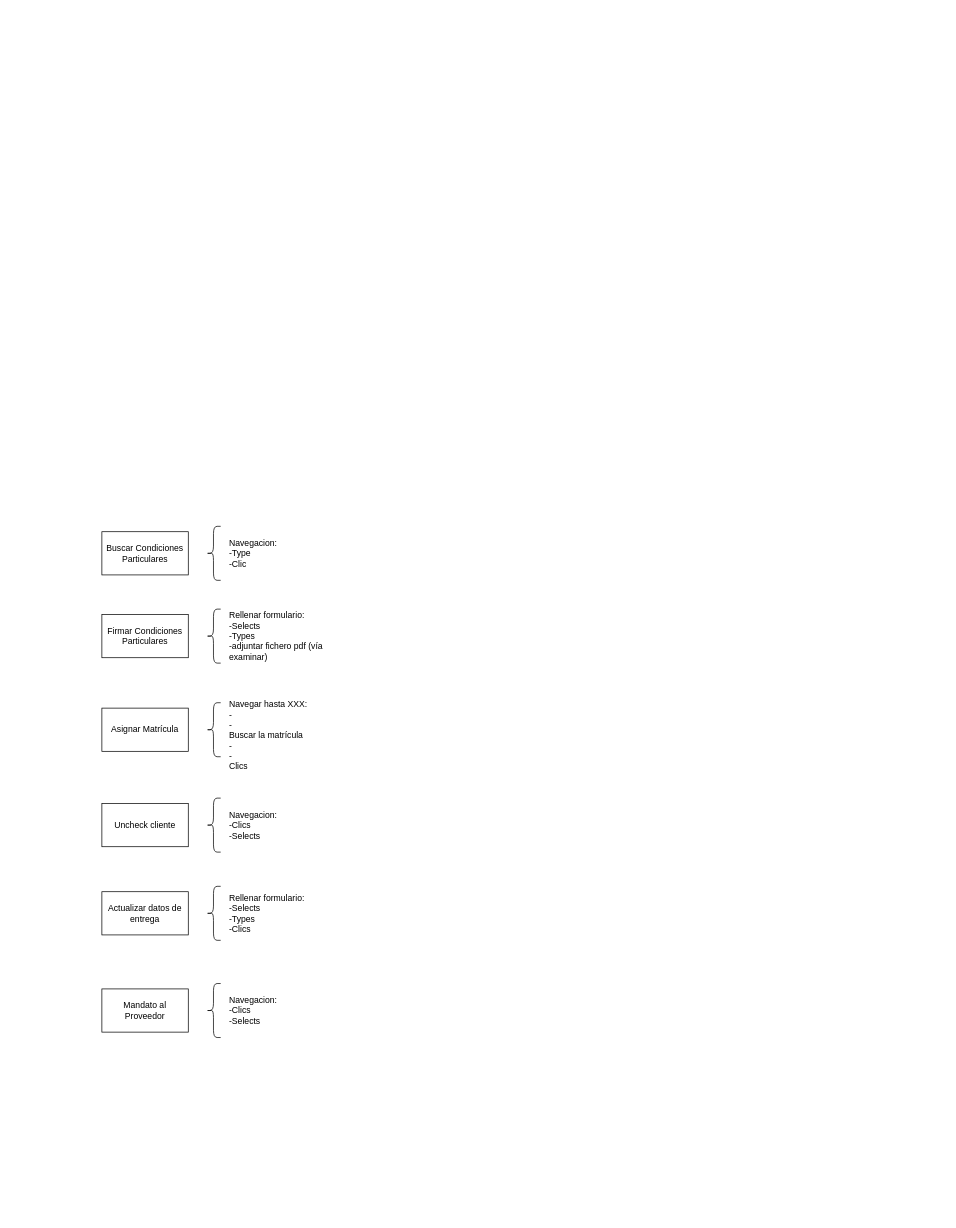
This is Procesos/Untitled Diagram.drawio from ixsanti/DrawIO_Schemas, a draw.io file, before an edit. Source tidied: cells renumbered, new cells numbered last; positions are measured from the earlier drawing's top-left corner, leaving out a move shared by most shapes. Both pictures are drawn from the tidied source at 72%, with x=0, y=0 at pixel (102, 526).
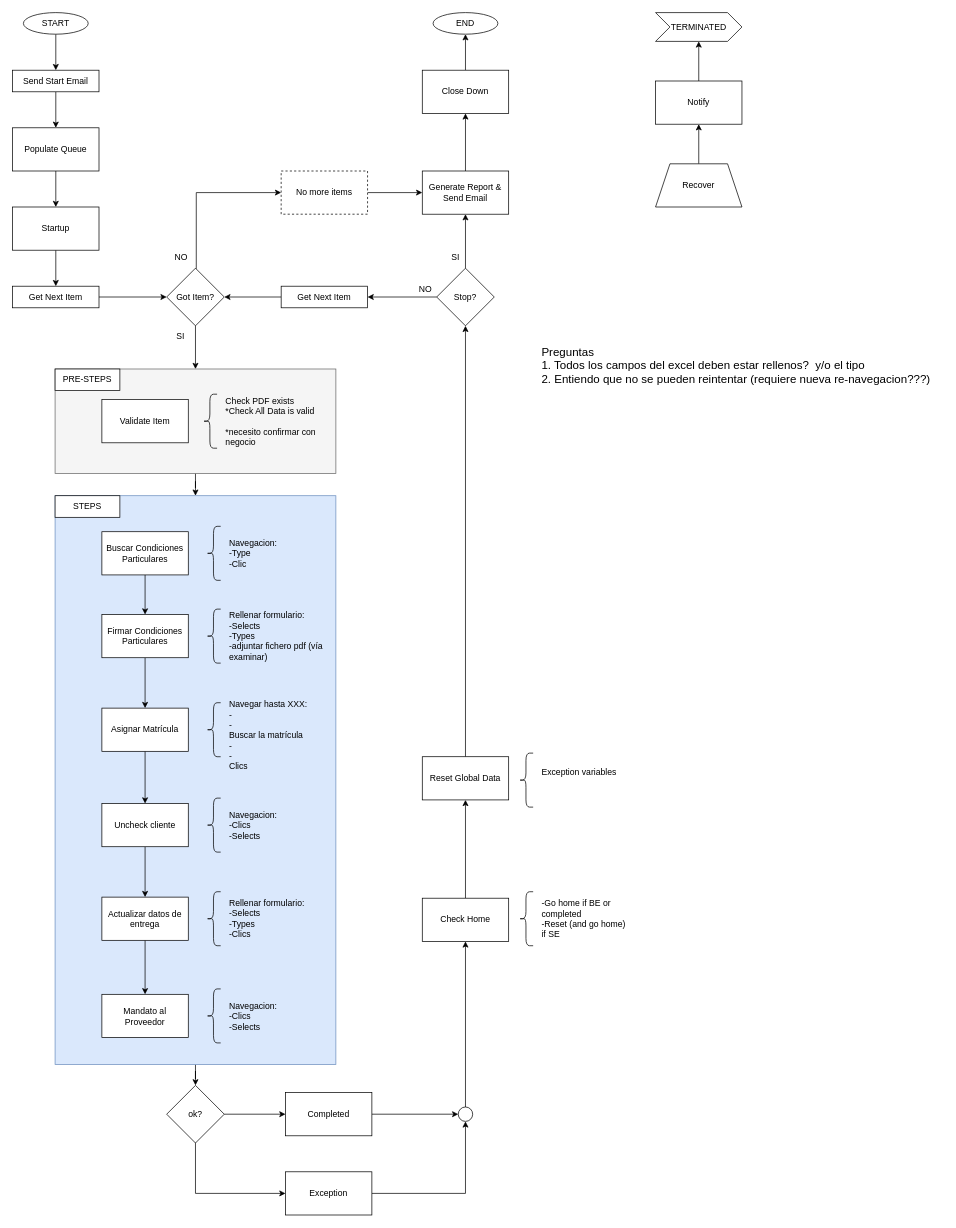
Above is the later version.

Unchanged cells that the change refers to:
```xml
<mxCell id="2" value="Firmar Condiciones Particulares" style="rounded=0;whiteSpace=wrap;html=1;" parent="1" vertex="1">
  <mxGeometry y="123" width="120" height="60" as="geometry" />
</mxCell>
<mxCell id="4" value="Asignar Matrícula" style="rounded=0;whiteSpace=wrap;html=1;" parent="1" vertex="1">
  <mxGeometry y="253" width="120" height="60" as="geometry" />
</mxCell>
<mxCell id="6" value="Uncheck cliente" style="rounded=0;whiteSpace=wrap;html=1;" parent="1" vertex="1">
  <mxGeometry y="385.5" width="120" height="60" as="geometry" />
</mxCell>
<mxCell id="17" value="Buscar Condiciones Particulares" style="rounded=0;whiteSpace=wrap;html=1;" parent="1" vertex="1">
  <mxGeometry y="8" width="120" height="60" as="geometry" />
</mxCell>
```

What changed in the source:
```diff
@@
+    <mxCell id="20" style="edgeStyle=orthogonalEdgeStyle;rounded=0;jettySize=auto;html=1;fontSize=12;" parent="1" edge="1" source="21" target="23">
+      <mxGeometry relative="1" as="geometry" />
+    </mxCell>
+    <mxCell id="21" style="rounded=0;whiteSpace=wrap;html=1;fontSize=12;fillColor=#f5f5f5;strokeColor=#666666;fontColor=#333333;" parent="1" vertex="1">
+      <mxGeometry x="-65" y="-218" width="390" height="145" as="geometry" />
+    </mxCell>
+    <mxCell id="22" style="edgeStyle=orthogonalEdgeStyle;rounded=0;jettySize=auto;html=1;fontSize=12;" parent="1" edge="1" source="23" target="56">
+      <mxGeometry relative="1" as="geometry" />
+    </mxCell>
+    <mxCell id="23" style="rounded=0;whiteSpace=wrap;html=1;fontSize=12;fillColor=#dae8fc;strokeColor=#6c8ebf;" parent="1" vertex="1">
+      <mxGeometry x="-65" y="-42" width="390" height="790" as="geometry" />
+    </mxCell>
+    <mxCell id="24" style="edgeStyle=orthogonalEdgeStyle;rounded=0;jettySize=auto;html=1;fontSize=12;" parent="1" edge="1" source="2" target="4">
+      <mxGeometry relative="1" as="geometry" />
+    </mxCell>
@@
+    <mxCell id="25" style="edgeStyle=orthogonalEdgeStyle;rounded=0;jettySize=auto;html=1;fontSize=12;" parent="1" edge="1" source="4" target="6">
+      <mxGeometry relative="1" as="geometry" />
+    </mxCell>
@@
+    <mxCell id="26" style="edgeStyle=orthogonalEdgeStyle;rounded=0;jettySize=auto;html=1;fontSize=12;" parent="1" edge="1" source="6" target="7">
+      <mxGeometry relative="1" as="geometry" />
+    </mxCell>
@@
+    <mxCell id="27" style="edgeStyle=orthogonalEdgeStyle;rounded=0;jettySize=auto;html=1;fontSize=12;" parent="1" edge="1" source="7" target="10">
+      <mxGeometry relative="1" as="geometry" />
+    </mxCell>
     <mxCell id="7" value="Actualizar datos de entrega" style="rounded=0;whiteSpace=wrap;html=1;" parent="1" vertex="1">
-      <mxGeometry y="508" width="120" height="60" as="geometry" />
+      <mxGeometry y="515.5" width="120" height="60" as="geometry" />
     </mxCell>
@@
     <mxCell id="9" value="Rellenar formulario:&lt;br&gt;-Selects&lt;br&gt;-Types&lt;br&gt;-Clics" style="text;html=1;strokeColor=none;fillColor=none;align=left;verticalAlign=middle;whiteSpace=wrap;rounded=0;" parent="1" vertex="1">
-      <mxGeometry x="175" y="501.8" width="120" height="72.5" as="geometry" />
+      <mxGeometry x="175" y="509.2" width="120" height="72.5" as="geometry" />
     </mxCell>
     <mxCell id="10" value="Mandato al Proveedor" style="rounded=0;whiteSpace=wrap;html=1;" parent="1" vertex="1">
-      <mxGeometry y="643" width="120" height="60" as="geometry" />
+      <mxGeometry y="650.5" width="120" height="60" as="geometry" />
     </mxCell>
     <mxCell id="11" value="Navegacion:&lt;br&gt;-Clics&lt;br&gt;-Selects" style="text;html=1;strokeColor=none;fillColor=none;align=left;verticalAlign=middle;whiteSpace=wrap;rounded=0;" parent="1" vertex="1">
-      <mxGeometry x="175" y="643" width="90" height="60" as="geometry" />
+      <mxGeometry x="175" y="650.5" width="90" height="60" as="geometry" />
     </mxCell>
@@
     <mxCell id="15" style="shape=curlyBracket;whiteSpace=wrap;html=1;rounded=1;fontSize=12;size=0.5;" parent="1" vertex="1">
-      <mxGeometry x="145" y="500.5" width="20" height="75" as="geometry" />
+      <mxGeometry x="145" y="508" width="20" height="75" as="geometry" />
     </mxCell>
     <mxCell id="16" style="shape=curlyBracket;whiteSpace=wrap;html=1;rounded=1;fontSize=12;size=0.5;" parent="1" vertex="1">
-      <mxGeometry x="145" y="635.5" width="20" height="75" as="geometry" />
+      <mxGeometry x="145" y="643" width="20" height="75" as="geometry" />
     </mxCell>
+    <mxCell id="28" style="edgeStyle=orthogonalEdgeStyle;rounded=0;jettySize=auto;html=1;fontSize=12;" parent="1" edge="1" source="17" target="2">
+      <mxGeometry relative="1" as="geometry" />
+    </mxCell>
@@
+    <mxCell id="29" value="Preguntas&lt;br style=&quot;font-size: 16px;&quot;&gt;1. Todos los campos del excel deben estar rellenos?&amp;nbsp; y/o el tipo&lt;br style=&quot;font-size: 16px;&quot;&gt;2. Entiendo que no se pueden reintentar (requiere nueva re-navegacion???)" style="text;html=1;align=left;verticalAlign=middle;strokeColor=none;fillColor=none;fontSize=16;" parent="1" vertex="1">
+      <mxGeometry x="609" y="-258" width="560" height="70" as="geometry" />
+    </mxCell>
+    <mxCell id="30" value="STEPS" style="rounded=0;whiteSpace=wrap;html=1;fontSize=12;" parent="1" vertex="1">
+      <mxGeometry x="-65" y="-42" width="90" height="30" as="geometry" />
+    </mxCell>
+    <mxCell id="31" style="edgeStyle=orthogonalEdgeStyle;rounded=0;jettySize=auto;html=1;fontSize=12;" parent="1" edge="1" source="32" target="34">
+      <mxGeometry relative="1" as="geometry" />
+    </mxCell>
+    <mxCell id="32" value="Populate Queue" style="rounded=0;whiteSpace=wrap;html=1;fontSize=12;" parent="1" vertex="1">
+      <mxGeometry x="-124" y="-553" width="120" height="60" as="geometry" />
+    </mxCell>
+    <mxCell id="33" style="edgeStyle=orthogonalEdgeStyle;rounded=0;jettySize=auto;html=1;fontSize=12;" parent="1" edge="1" source="34" target="42">
+      <mxGeometry relative="1" as="geometry" />
+    </mxCell>
+    <mxCell id="34" value="Startup" style="rounded=0;whiteSpace=wrap;html=1;fontSize=12;" parent="1" vertex="1">
+      <mxGeometry x="-124" y="-443" width="120" height="60" as="geometry" />
+    </mxCell>
+    <mxCell id="35" style="edgeStyle=orthogonalEdgeStyle;rounded=0;jettySize=auto;html=1;fontSize=12;entryX=0.5;entryY=0;entryDx=0;entryDy=0;" parent="1" edge="1" source="36" target="32">
+      <mxGeometry relative="1" as="geometry" />
+    </mxCell>
+    <mxCell id="36" value="Send Start Email" style="rounded=0;whiteSpace=wrap;html=1;fontSize=12;" parent="1" vertex="1">
+      <mxGeometry x="-124" y="-633" width="120" height="30" as="geometry" />
+    </mxCell>
+    <mxCell id="37" value="Validate Item" style="rounded=0;whiteSpace=wrap;html=1;fontSize=12;" parent="1" vertex="1">
+      <mxGeometry y="-175.5" width="120" height="60" as="geometry" />
+    </mxCell>
+    <mxCell id="38" value="Check PDF exists&lt;br&gt;*Check All Data is valid&lt;br&gt;&lt;br&gt;*necesito confirmar con negocio" style="text;html=1;strokeColor=none;fillColor=none;align=left;verticalAlign=middle;whiteSpace=wrap;rounded=0;" parent="1" vertex="1">
+      <mxGeometry x="170" y="-178" width="130" height="65" as="geometry" />
+    </mxCell>
+    <mxCell id="39" style="shape=curlyBracket;whiteSpace=wrap;html=1;rounded=1;fontSize=12;size=0.5;" parent="1" vertex="1">
+      <mxGeometry x="140" y="-183" width="20" height="75" as="geometry" />
+    </mxCell>
+    <mxCell id="40" value="PRE-STEPS" style="rounded=0;whiteSpace=wrap;html=1;fontSize=12;" parent="1" vertex="1">
+      <mxGeometry x="-65" y="-218" width="90" height="30" as="geometry" />
+    </mxCell>
+    <mxCell id="41" style="edgeStyle=orthogonalEdgeStyle;rounded=0;jettySize=auto;html=1;fontSize=12;" parent="1" edge="1" source="42" target="45">
+      <mxGeometry relative="1" as="geometry" />
+    </mxCell>
+    <mxCell id="42" value="Get Next Item" style="rounded=0;whiteSpace=wrap;html=1;fontSize=12;" parent="1" vertex="1">
+      <mxGeometry x="-124" y="-333" width="120" height="30" as="geometry" />
+    </mxCell>
+    <mxCell id="43" style="edgeStyle=orthogonalEdgeStyle;rounded=0;jettySize=auto;html=1;fontSize=12;" parent="1" edge="1" source="45" target="21">
+      <mxGeometry relative="1" as="geometry" />
+    </mxCell>
+    <mxCell id="44" style="edgeStyle=orthogonalEdgeStyle;rounded=0;jettySize=auto;html=1;entryX=0;entryY=0.5;entryDx=0;entryDy=0;fontSize=12;" parent="1" edge="1" target="48">
+      <mxGeometry relative="1" as="geometry">
+        <mxPoint x="131.1" y="-357.1" as="sourcePoint" />
+        <Array as="points">
+          <mxPoint x="131" y="-463" />
+        </Array>
+      </mxGeometry>
+    </mxCell>
+    <mxCell id="45" value="Got Item?" style="rhombus;whiteSpace=wrap;html=1;fontSize=12;" parent="1" vertex="1">
+      <mxGeometry x="90" y="-358" width="80" height="80" as="geometry" />
+    </mxCell>
+    <mxCell id="46" value="SI" style="text;html=1;align=center;verticalAlign=middle;strokeColor=none;fillColor=none;fontSize=12;" parent="1" vertex="1">
+      <mxGeometry x="94" y="-278" width="30" height="30" as="geometry" />
+    </mxCell>
+    <mxCell id="47" style="edgeStyle=orthogonalEdgeStyle;rounded=0;jettySize=auto;html=1;fontSize=12;" parent="1" edge="1" source="48" target="62">
+      <mxGeometry relative="1" as="geometry" />
+    </mxCell>
+    <mxCell id="48" value="No more items" style="rounded=0;whiteSpace=wrap;html=1;fontSize=12;dashed=1;" parent="1" vertex="1">
+      <mxGeometry x="249" y="-493" width="120" height="60" as="geometry" />
+    </mxCell>
+    <mxCell id="49" value="NO" style="text;html=1;align=center;verticalAlign=middle;strokeColor=none;fillColor=none;fontSize=12;" parent="1" vertex="1">
+      <mxGeometry x="90" y="-388" width="40" height="30" as="geometry" />
+    </mxCell>
+    <mxCell id="50" style="edgeStyle=orthogonalEdgeStyle;rounded=0;jettySize=auto;html=1;entryX=1;entryY=0.5;entryDx=0;entryDy=0;fontSize=12;" parent="1" edge="1" source="51" target="45">
+      <mxGeometry relative="1" as="geometry" />
+    </mxCell>
+    <mxCell id="51" value="Get Next Item" style="rounded=0;whiteSpace=wrap;html=1;fontSize=12;" parent="1" vertex="1">
+      <mxGeometry x="249" y="-333" width="120" height="30" as="geometry" />
+    </mxCell>
+    <mxCell id="52" style="edgeStyle=orthogonalEdgeStyle;rounded=0;jettySize=auto;html=1;fontSize=12;exitX=1;exitY=0.5;exitDx=0;exitDy=0;" parent="1" edge="1" source="53" target="60">
+      <mxGeometry relative="1" as="geometry" />
+    </mxCell>
+    <mxCell id="53" value="Completed" style="rounded=0;whiteSpace=wrap;html=1;fontSize=12;" parent="1" vertex="1">
+      <mxGeometry x="255" y="787" width="120" height="60" as="geometry" />
+    </mxCell>
+    <mxCell id="54" style="edgeStyle=orthogonalEdgeStyle;rounded=0;jettySize=auto;html=1;entryX=0;entryY=0.5;entryDx=0;entryDy=0;fontSize=12;" parent="1" edge="1" source="56" target="53">
+      <mxGeometry relative="1" as="geometry" />
+    </mxCell>
+    <mxCell id="55" style="edgeStyle=orthogonalEdgeStyle;rounded=0;jettySize=auto;html=1;fontSize=12;entryX=0;entryY=0.5;entryDx=0;entryDy=0;" parent="1" edge="1" source="56" target="58">
+      <mxGeometry relative="1" as="geometry">
+        <Array as="points">
+          <mxPoint x="130" y="927" />
+        </Array>
+      </mxGeometry>
+    </mxCell>
+    <mxCell id="56" value="ok?" style="rhombus;whiteSpace=wrap;html=1;fontSize=12;" parent="1" vertex="1">
+      <mxGeometry x="90" y="777" width="80" height="80" as="geometry" />
+    </mxCell>
+    <mxCell id="57" style="edgeStyle=orthogonalEdgeStyle;rounded=0;jettySize=auto;html=1;entryX=0.5;entryY=1;entryDx=0;entryDy=0;fontSize=12;exitX=1;exitY=0.5;exitDx=0;exitDy=0;" parent="1" edge="1" source="58" target="60">
+      <mxGeometry relative="1" as="geometry" />
+    </mxCell>
+    <mxCell id="58" value="Exception" style="whiteSpace=wrap;html=1;" parent="1" vertex="1">
+      <mxGeometry x="255" y="897" width="120" height="60" as="geometry" />
+    </mxCell>
+    <mxCell id="59" style="edgeStyle=orthogonalEdgeStyle;rounded=0;jettySize=auto;html=1;fontSize=12;" parent="1" edge="1" source="60" target="75">
+      <mxGeometry relative="1" as="geometry" />
+    </mxCell>
+    <mxCell id="60" style="ellipse;whiteSpace=wrap;html=1;fontSize=12;" parent="1" vertex="1">
+      <mxGeometry x="495" y="807" width="20" height="20" as="geometry" />
+    </mxCell>
+    <mxCell id="61" style="edgeStyle=orthogonalEdgeStyle;rounded=0;jettySize=auto;html=1;fontSize=12;" parent="1" edge="1" source="62" target="67">
+      <mxGeometry relative="1" as="geometry" />
+    </mxCell>
+    <mxCell id="62" value="Generate Report &amp;amp; Send Email" style="rounded=0;whiteSpace=wrap;html=1;fontSize=12;" parent="1" vertex="1">
+      <mxGeometry x="445" y="-493" width="120" height="60" as="geometry" />
+    </mxCell>
+    <mxCell id="63" style="edgeStyle=orthogonalEdgeStyle;rounded=0;jettySize=auto;html=1;entryX=1;entryY=0.5;entryDx=0;entryDy=0;fontSize=12;" parent="1" edge="1" source="65" target="51">
+      <mxGeometry relative="1" as="geometry" />
+    </mxCell>
+    <mxCell id="64" style="edgeStyle=orthogonalEdgeStyle;rounded=0;jettySize=auto;html=1;fontSize=12;" parent="1" edge="1" source="65" target="62">
+      <mxGeometry relative="1" as="geometry" />
+    </mxCell>
+    <mxCell id="65" value="Stop?" style="rhombus;whiteSpace=wrap;html=1;fontSize=12;" parent="1" vertex="1">
+      <mxGeometry x="465" y="-358" width="80" height="80" as="geometry" />
+    </mxCell>
+    <mxCell id="66" style="edgeStyle=orthogonalEdgeStyle;rounded=0;jettySize=auto;html=1;fontSize=12;" parent="1" edge="1" source="67" target="68">
+      <mxGeometry relative="1" as="geometry" />
+    </mxCell>
+    <mxCell id="67" value="Close Down" style="rounded=0;whiteSpace=wrap;html=1;fontSize=12;" parent="1" vertex="1">
+      <mxGeometry x="445" y="-633" width="120" height="60" as="geometry" />
+    </mxCell>
+    <mxCell id="68" value="END" style="ellipse;whiteSpace=wrap;html=1;rounded=0;" parent="1" vertex="1">
+      <mxGeometry x="460" y="-713" width="90" height="30" as="geometry" />
+    </mxCell>
+    <mxCell id="69" style="edgeStyle=orthogonalEdgeStyle;rounded=0;jettySize=auto;html=1;fontSize=12;" parent="1" edge="1" source="70" target="36">
+      <mxGeometry relative="1" as="geometry" />
+    </mxCell>
+    <mxCell id="70" value="START" style="ellipse;whiteSpace=wrap;html=1;rounded=0;" parent="1" vertex="1">
+      <mxGeometry x="-109" y="-713" width="90" height="30" as="geometry" />
+    </mxCell>
+    <mxCell id="71" value="SI" style="text;html=1;align=center;verticalAlign=middle;strokeColor=none;fillColor=none;fontSize=12;" parent="1" vertex="1">
+      <mxGeometry x="476" y="-388" width="30" height="30" as="geometry" />
+    </mxCell>
+    <mxCell id="72" value="NO" style="text;html=1;align=center;verticalAlign=middle;strokeColor=none;fillColor=none;fontSize=12;" parent="1" vertex="1">
+      <mxGeometry x="429" y="-343" width="40" height="30" as="geometry" />
+    </mxCell>
+    <mxCell id="73" value="TERMINATED" style="shape=step;perimeter=stepPerimeter;whiteSpace=wrap;html=1;fixedSize=1;fontSize=12;" parent="1" vertex="1">
+      <mxGeometry x="769" y="-713" width="120" height="40" as="geometry" />
+    </mxCell>
+    <mxCell id="74" style="edgeStyle=orthogonalEdgeStyle;rounded=0;jettySize=auto;html=1;fontSize=12;" parent="1" edge="1" source="75" target="77">
+      <mxGeometry relative="1" as="geometry" />
+    </mxCell>
+    <mxCell id="75" value="Check Home" style="rounded=0;whiteSpace=wrap;html=1;fontSize=12;" parent="1" vertex="1">
+      <mxGeometry x="445" y="517" width="120" height="60" as="geometry" />
+    </mxCell>
+    <mxCell id="76" style="edgeStyle=orthogonalEdgeStyle;rounded=0;jettySize=auto;html=1;entryX=0.5;entryY=1;entryDx=0;entryDy=0;fontSize=12;" parent="1" edge="1" source="77" target="65">
+      <mxGeometry relative="1" as="geometry" />
+    </mxCell>
+    <mxCell id="77" value="Reset Global Data" style="rounded=0;whiteSpace=wrap;html=1;fontSize=12;" parent="1" vertex="1">
+      <mxGeometry x="445" y="320.5" width="120" height="60" as="geometry" />
+    </mxCell>
+    <mxCell id="78" value="-Go home if BE or completed&lt;br&gt;-Reset (and go home) if SE" style="text;html=1;strokeColor=none;fillColor=none;align=left;verticalAlign=middle;whiteSpace=wrap;rounded=0;" parent="1" vertex="1">
+      <mxGeometry x="609" y="515.5" width="120" height="60" as="geometry" />
+    </mxCell>
+    <mxCell id="79" style="shape=curlyBracket;whiteSpace=wrap;html=1;rounded=1;fontSize=12;size=0.5;" parent="1" vertex="1">
+      <mxGeometry x="579" y="508" width="20" height="75" as="geometry" />
+    </mxCell>
+    <mxCell id="80" value="Exception variables" style="text;html=1;strokeColor=none;fillColor=none;align=left;verticalAlign=middle;whiteSpace=wrap;rounded=0;" parent="1" vertex="1">
+      <mxGeometry x="609" y="313" width="110" height="60" as="geometry" />
+    </mxCell>
+    <mxCell id="81" style="shape=curlyBracket;whiteSpace=wrap;html=1;rounded=1;fontSize=12;size=0.5;" parent="1" vertex="1">
+      <mxGeometry x="579" y="315.5" width="20" height="75" as="geometry" />
+    </mxCell>
+    <mxCell id="82" style="edgeStyle=orthogonalEdgeStyle;rounded=0;jettySize=auto;html=1;entryX=0.5;entryY=1;entryDx=0;entryDy=0;fontSize=12;" parent="1" edge="1" source="83" target="85">
+      <mxGeometry relative="1" as="geometry" />
+    </mxCell>
+    <mxCell id="83" value="Recover" style="shape=trapezoid;perimeter=trapezoidPerimeter;whiteSpace=wrap;html=1;fixedSize=1;fontSize=12;" parent="1" vertex="1">
+      <mxGeometry x="769" y="-503" width="120" height="60" as="geometry" />
+    </mxCell>
+    <mxCell id="84" style="edgeStyle=orthogonalEdgeStyle;rounded=0;jettySize=auto;html=1;entryX=0.5;entryY=1;entryDx=0;entryDy=0;fontSize=12;" parent="1" edge="1" source="85" target="73">
+      <mxGeometry relative="1" as="geometry" />
+    </mxCell>
+    <mxCell id="85" value="Notify" style="rounded=0;whiteSpace=wrap;html=1;fontSize=12;" parent="1" vertex="1">
+      <mxGeometry x="769" y="-618" width="120" height="60" as="geometry" />
+    </mxCell>
```
